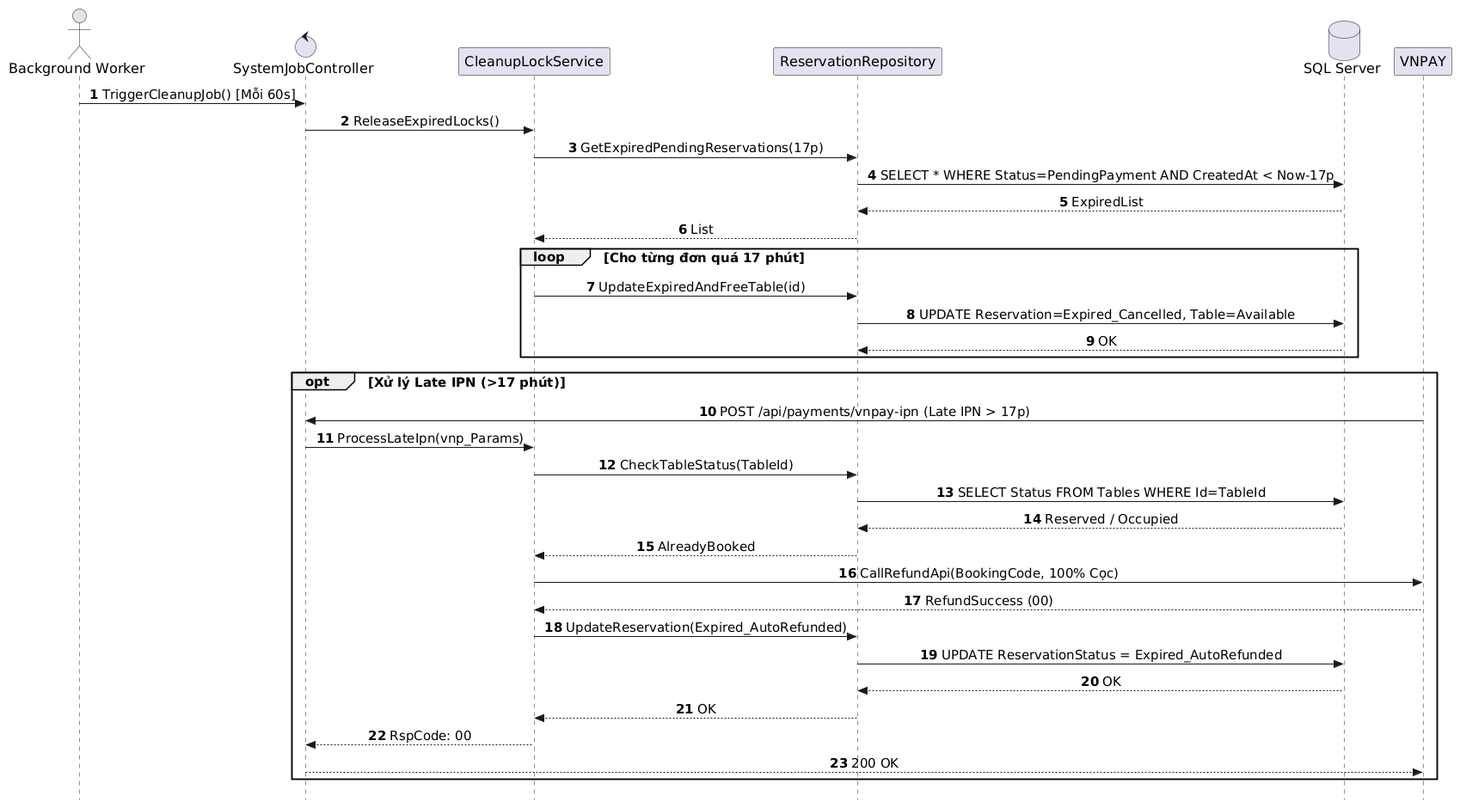
Earlier version of the PlantUML export out/docs/puml/sequences/SD_UC_S1_Auto_Release_Expired_Lock/SD_UC_S1_Auto_Release_Expired_Lock.png (AndrewQng/VinDining). The source it was exported from:
```plantuml
@startuml
autonumber
skinparam style strictuml
skinparam sequenceMessageAlign center
skinparam responseMessageBelowArrow true
skinparam defaultFontName "Segoe UI", Arial, sans-serif
skinparam defaultFontSize 16
skinparam sequenceActorFontSize 16
skinparam sequenceParticipantFontSize 16
skinparam sequenceArrowFontSize 15
skinparam sequenceGroupFontSize 15
skinparam sequenceGroupHeaderFontSize 15

actor "Background Worker" as Worker
control "SystemJobController" as Controller
participant "CleanupLockService" as Service
participant "ReservationRepository" as Repo
database "SQL Server" as DB
participant "VNPAY" as VNPAY

Worker -> Controller: TriggerCleanupJob() [Mỗi 60s]
Controller -> Service: ReleaseExpiredLocks()
Service -> Repo: GetExpiredPendingReservations(17p)
Repo -> DB: SELECT * WHERE Status=PendingPayment AND CreatedAt < Now-17p
DB --> Repo: ExpiredList
Repo --> Service: List

loop Cho từng đơn quá 17 phút
    Service -> Repo: UpdateExpiredAndFreeTable(id)
    Repo -> DB: UPDATE Reservation=Expired_Cancelled, Table=Available
    DB --> Repo: OK
end

opt Xử lý Late IPN (>17 phút)
    VNPAY -> Controller: POST /api/payments/vnpay-ipn (Late IPN > 17p)
    Controller -> Service: ProcessLateIpn(vnp_Params)
    Service -> Repo: CheckTableStatus(TableId)
    Repo -> DB: SELECT Status FROM Tables WHERE Id=TableId
    DB --> Repo: Reserved / Occupied
    Repo --> Service: AlreadyBooked
    Service -> VNPAY: CallRefundApi(BookingCode, 100% Cọc)
    VNPAY --> Service: RefundSuccess (00)
    Service -> Repo: UpdateReservation(Expired_AutoRefunded)
    Repo -> DB: UPDATE ReservationStatus = Expired_AutoRefunded
    DB --> Repo: OK
    Repo --> Service: OK
    Service --> Controller: RspCode: 00
    Controller --> VNPAY: 200 OK
end
@enduml
```
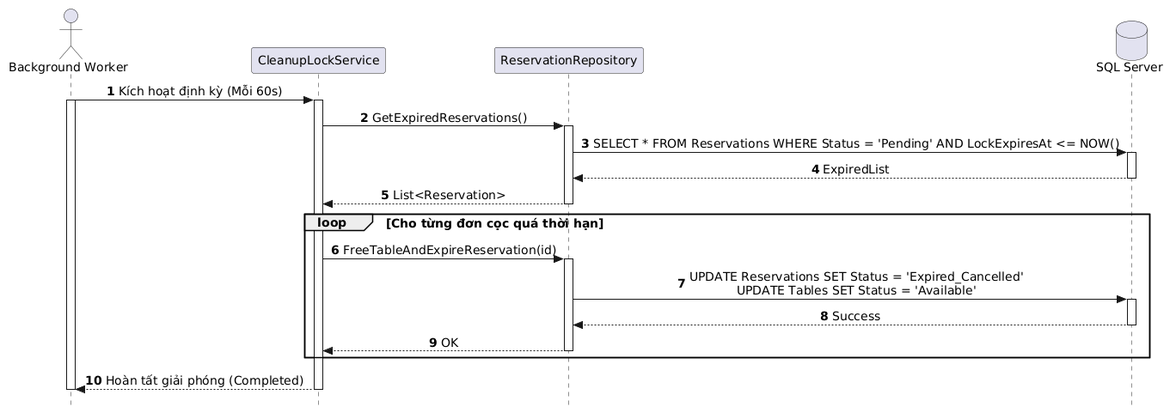
After the change.

What changed in the source:
```diff
@@ -4,47 +4,38 @@
 skinparam sequenceMessageAlign center
 skinparam responseMessageBelowArrow true
 skinparam defaultFontName "Segoe UI", Arial, sans-serif
-skinparam defaultFontSize 16
-skinparam sequenceActorFontSize 16
-skinparam sequenceParticipantFontSize 16
-skinparam sequenceArrowFontSize 15
-skinparam sequenceGroupFontSize 15
-skinparam sequenceGroupHeaderFontSize 15
+skinparam defaultFontSize 14
 
 actor "Background Worker" as Worker
-control "SystemJobController" as Controller
 participant "CleanupLockService" as Service
 participant "ReservationRepository" as Repo
 database "SQL Server" as DB
-participant "VNPAY" as VNPAY
 
-Worker -> Controller: TriggerCleanupJob() [Mỗi 60s]
-Controller -> Service: ReleaseExpiredLocks()
-Service -> Repo: GetExpiredPendingReservations(17p)
-Repo -> DB: SELECT * WHERE Status=PendingPayment AND CreatedAt < Now-17p
+Worker -> Service: Kích hoạt định kỳ (Mỗi 60s)
+activate Worker
+activate Service
+
+Service -> Repo: GetExpiredReservations()
+activate Repo
+Repo -> DB: SELECT * FROM Reservations WHERE Status = 'Pending' AND LockExpiresAt <= NOW()
+activate DB
 DB --> Repo: ExpiredList
-Repo --> Service: List
+deactivate DB
+Repo --> Service: List<Reservation>
+deactivate Repo
 
-loop Cho từng đơn quá 17 phút
-    Service -> Repo: UpdateExpiredAndFreeTable(id)
-    Repo -> DB: UPDATE Reservation=Expired_Cancelled, Table=Available
-    DB --> Repo: OK
+loop Cho từng đơn cọc quá thời hạn
+    Service -> Repo: FreeTableAndExpireReservation(id)
+    activate Repo
+    Repo -> DB: UPDATE Reservations SET Status = 'Expired_Cancelled'\nUPDATE Tables SET Status = 'Available'
+    activate DB
+    DB --> Repo: Success
+    deactivate DB
+    Repo --> Service: OK
+    deactivate Repo
 end
 
-opt Xử lý Late IPN (>17 phút)
-    VNPAY -> Controller: POST /api/payments/vnpay-ipn (Late IPN > 17p)
-    Controller -> Service: ProcessLateIpn(vnp_Params)
-    Service -> Repo: CheckTableStatus(TableId)
-    Repo -> DB: SELECT Status FROM Tables WHERE Id=TableId
-    DB --> Repo: Reserved / Occupied
-    Repo --> Service: AlreadyBooked
-    Service -> VNPAY: CallRefundApi(BookingCode, 100% Cọc)
-    VNPAY --> Service: RefundSuccess (00)
-    Service -> Repo: UpdateReservation(Expired_AutoRefunded)
-    Repo -> DB: UPDATE ReservationStatus = Expired_AutoRefunded
-    DB --> Repo: OK
-    Repo --> Service: OK
-    Service --> Controller: RspCode: 00
-    Controller --> VNPAY: 200 OK
-end
+Service --> Worker: Hoàn tất giải phóng (Completed)
+deactivate Service
+deactivate Worker
 @enduml
```
